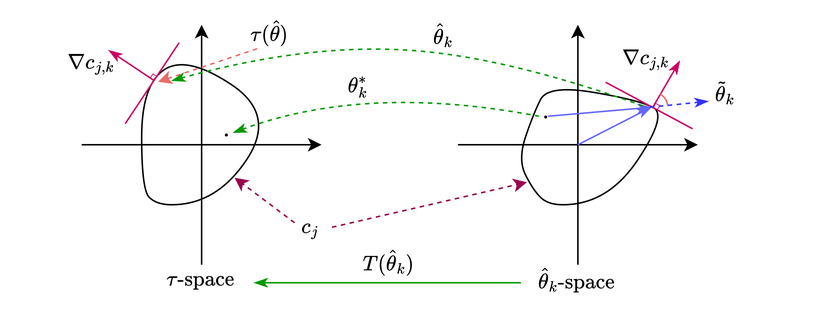
DDingR/CoNAC keeps this draw.io diagram as figures/spaces.drawio.png. Above is the earlier version. Source tidied: cells renumbered, new cells last; positions are measured from the earlier drawing's top-left corner, leaving out a move shared by most shapes. Source of this version:
```xml
<mxGraphModel math="1">
  <root>
    <mxCell id="0" />
    <mxCell id="1" parent="0" />
    <mxCell id="2" style="endArrow=classic;html=1;rounded=0;" parent="1" edge="1">
      <mxGeometry relative="1" as="geometry">
        <mxPoint x="54" y="90" as="sourcePoint" />
        <mxPoint x="214" y="90" as="targetPoint" />
      </mxGeometry>
    </mxCell>
    <mxCell id="3" style="endArrow=classic;html=1;rounded=0;" parent="1" edge="1">
      <mxGeometry relative="1" as="geometry">
        <mxPoint x="134" y="170" as="sourcePoint" />
        <mxPoint x="134" y="10" as="targetPoint" />
      </mxGeometry>
    </mxCell>
    <mxCell id="4" style="endArrow=classic;html=1;rounded=0;" parent="1" edge="1">
      <mxGeometry relative="1" as="geometry">
        <mxPoint x="305" y="90" as="sourcePoint" />
        <mxPoint x="465" y="90" as="targetPoint" />
      </mxGeometry>
    </mxCell>
    <mxCell id="5" style="endArrow=classic;html=1;rounded=0;" parent="1" edge="1">
      <mxGeometry relative="1" as="geometry">
        <mxPoint x="385" y="170" as="sourcePoint" />
        <mxPoint x="385" y="10" as="targetPoint" />
      </mxGeometry>
    </mxCell>
    <mxCell id="6" value="lines" parent="0" />
    <mxCell id="7" style="curved=1;endArrow=none;html=1;rounded=0;endFill=0;" parent="6" edge="1">
      <mxGeometry relative="1" as="geometry">
        <mxPoint x="114" y="130" as="sourcePoint" />
        <mxPoint x="114" y="130" as="targetPoint" />
        <Array as="points">
          <mxPoint x="144" y="130" />
          <mxPoint x="184" y="70" />
          <mxPoint x="124" y="30" />
          <mxPoint x="94" y="50" />
          <mxPoint x="94" y="120" />
          <mxPoint x="104" y="130" />
        </Array>
      </mxGeometry>
    </mxCell>
    <mxCell id="8" style="curved=1;endArrow=none;html=1;rounded=0;endFill=0;" parent="6" edge="1">
      <mxGeometry relative="1" as="geometry">
        <mxPoint x="375" y="130" as="sourcePoint" />
        <mxPoint x="375" y="130" as="targetPoint" />
        <Array as="points">
          <mxPoint x="405" y="130" />
          <mxPoint x="445" y="70" />
          <mxPoint x="425" y="60" />
          <mxPoint x="365" y="50" />
          <mxPoint x="355" y="70" />
          <mxPoint x="345" y="100" />
          <mxPoint x="355" y="120" />
          <mxPoint x="365" y="130" />
        </Array>
      </mxGeometry>
    </mxCell>
    <mxCell id="9" style="endArrow=classicThin;html=1;rounded=0;strokeWidth=1;endFill=1;strokeColor=#CC0066;fillColor=#e3c800;" parent="6" edge="1">
      <mxGeometry relative="1" as="geometry">
        <mxPoint x="102" y="47" as="sourcePoint" />
        <mxPoint x="72" y="27" as="targetPoint" />
      </mxGeometry>
    </mxCell>
    <mxCell id="10" style="endArrow=none;html=1;rounded=0;strokeWidth=1;fillColor=#e3c800;strokeColor=#CC0066;" parent="6" edge="1">
      <mxGeometry relative="1" as="geometry">
        <mxPoint x="83" y="76" as="sourcePoint" />
        <mxPoint x="119" y="22" as="targetPoint" />
      </mxGeometry>
    </mxCell>
    <mxCell id="11" style="rounded=0;whiteSpace=wrap;html=1;rotation=-56.4;strokeWidth=0.5;fillColor=none;strokeColor=#CC0066;" parent="6" vertex="1">
      <mxGeometry x="100.5" y="43.4" width="3" height="3" as="geometry" />
    </mxCell>
    <mxCell id="12" style="endArrow=classicThin;html=1;rounded=0;strokeWidth=1;endFill=1;strokeColor=#CC0066;fillColor=#e3c800;" parent="6" edge="1">
      <mxGeometry relative="1" as="geometry">
        <mxPoint x="435" y="65" as="sourcePoint" />
        <mxPoint x="453" y="34" as="targetPoint" />
      </mxGeometry>
    </mxCell>
    <mxCell id="13" style="endArrow=none;html=1;rounded=0;strokeWidth=1;fillColor=#e3c800;strokeColor=#CC0066;" parent="6" edge="1">
      <mxGeometry relative="1" as="geometry">
        <mxPoint x="403.5" y="48.4" as="sourcePoint" />
        <mxPoint x="461.5" y="79.4" as="targetPoint" />
      </mxGeometry>
    </mxCell>
    <mxCell id="14" style="rounded=0;whiteSpace=wrap;html=1;rotation=28.6;strokeWidth=0.5;fillColor=none;strokeColor=#CC0066;" parent="6" vertex="1">
      <mxGeometry x="436" y="63" width="3" height="3" as="geometry" />
    </mxCell>
    <mxCell id="15" style="endArrow=classicThin;html=1;rounded=0;strokeWidth=1;endFill=1;strokeColor=#6666FF;" parent="6" edge="1">
      <mxGeometry relative="1" as="geometry">
        <mxPoint x="385" y="90" as="sourcePoint" />
        <mxPoint x="434" y="65" as="targetPoint" />
      </mxGeometry>
    </mxCell>
    <mxCell id="16" style="ellipse;whiteSpace=wrap;html=1;fillColor=#000000;" parent="6" vertex="1">
      <mxGeometry x="363" y="71" width="1" height="1" as="geometry" />
    </mxCell>
    <mxCell id="17" style="endArrow=classicThin;html=1;rounded=0;strokeWidth=1;endFill=1;strokeColor=#6666FF;" parent="6" edge="1">
      <mxGeometry relative="1" as="geometry">
        <mxPoint x="365" y="71" as="sourcePoint" />
        <mxPoint x="434" y="65" as="targetPoint" />
      </mxGeometry>
    </mxCell>
    <mxCell id="18" style="verticalLabelPosition=bottom;verticalAlign=top;html=1;shape=mxgraph.basic.arc;startAngle=0.07883123079474429;endAngle=0.23199146196417433;strokeColor=#EA6B66;" parent="6" vertex="1">
      <mxGeometry x="425" y="55" width="20" height="20" as="geometry" />
    </mxCell>
    <mxCell id="19" style="endArrow=classic;html=1;rounded=0;dashed=1;strokeColor=#EA6B66;" parent="6" edge="1">
      <mxGeometry relative="1" as="geometry">
        <mxPoint x="171" y="26" as="sourcePoint" />
        <mxPoint x="105" y="48" as="targetPoint" />
      </mxGeometry>
    </mxCell>
    <mxCell id="20" style="endArrow=classicThin;dashed=1;html=1;rounded=0;endFill=1;strokeColor=#3333FF;" parent="6" edge="1">
      <mxGeometry relative="1" as="geometry">
        <mxPoint x="433" y="65" as="sourcePoint" />
        <mxPoint x="472" y="61" as="targetPoint" />
      </mxGeometry>
    </mxCell>
    <mxCell id="21" style="endArrow=classic;html=1;rounded=0;dashed=1;strokeColor=#99004D;" parent="6" edge="1">
      <mxGeometry relative="1" as="geometry">
        <mxPoint x="196" y="142" as="sourcePoint" />
        <mxPoint x="156" y="112" as="targetPoint" />
      </mxGeometry>
    </mxCell>
    <mxCell id="22" style="endArrow=classic;html=1;rounded=0;dashed=1;strokeColor=#99004D;" parent="6" edge="1">
      <mxGeometry relative="1" as="geometry">
        <mxPoint x="221" y="145" as="sourcePoint" />
        <mxPoint x="351" y="115" as="targetPoint" />
      </mxGeometry>
    </mxCell>
    <mxCell id="23" style="ellipse;whiteSpace=wrap;html=1;fillColor=#000000;" parent="6" vertex="1">
      <mxGeometry x="150" y="83" width="1" height="1" as="geometry" />
    </mxCell>
    <mxCell id="24" style="curved=1;endArrow=none;html=1;rounded=0;strokeColor=#009900;dashed=1;startArrow=classicThin;startFill=1;endFill=0;" parent="6" edge="1">
      <mxGeometry relative="1" as="geometry">
        <mxPoint x="155" y="82" as="sourcePoint" />
        <mxPoint x="359" y="71" as="targetPoint" />
        <Array as="points">
          <mxPoint x="244" y="49" />
        </Array>
      </mxGeometry>
    </mxCell>
    <mxCell id="25" style="curved=1;endArrow=none;html=1;rounded=0;strokeColor=#009900;dashed=1;startArrow=classicThin;startFill=1;endFill=0;" parent="6" edge="1">
      <mxGeometry relative="1" as="geometry">
        <mxPoint x="114" y="47.4" as="sourcePoint" />
        <mxPoint x="431" y="65" as="targetPoint" />
        <Array as="points">
          <mxPoint x="200" y="23.4" />
          <mxPoint x="334" y="30" />
        </Array>
      </mxGeometry>
    </mxCell>
    <mxCell id="26" style="endArrow=none;html=1;rounded=0;strokeColor=#009900;startArrow=classicThin;startFill=1;endFill=0;" parent="6" edge="1">
      <mxGeometry relative="1" as="geometry">
        <mxPoint x="169" y="182" as="sourcePoint" />
        <mxPoint x="347" y="182" as="targetPoint" />
      </mxGeometry>
    </mxCell>
    <mxCell id="27" value="space" parent="0" />
    <mxCell id="28" value="$$\tau\text{-space}$$" style="text;html=1;align=center;verticalAlign=middle;strokeColor=none;fillColor=none;" parent="27" vertex="1">
      <mxGeometry x="63" y="165" width="140" height="30" as="geometry" />
    </mxCell>
    <mxCell id="29" value="$$\hat\theta_k\text{-space}$$" style="text;html=1;align=center;verticalAlign=middle;strokeColor=none;fillColor=none;" parent="27" vertex="1">
      <mxGeometry x="294" y="165" width="180" height="30" as="geometry" />
    </mxCell>
    <mxCell id="30" value="math" parent="0" />
    <mxCell id="31" value="$$\nabla c_{j,k}$$" style="text;html=1;align=center;verticalAlign=middle;strokeColor=none;fillColor=none;" parent="30" vertex="1">
      <mxGeometry y="21" width="120" height="30" as="geometry" />
    </mxCell>
    <mxCell id="32" value="$$\nabla c_{j,k}$$" style="text;html=1;align=center;verticalAlign=middle;strokeColor=none;fillColor=none;" parent="30" vertex="1">
      <mxGeometry x="370" y="18" width="120" height="30" as="geometry" />
    </mxCell>
    <mxCell id="33" value="$$\tilde\theta_k$$" style="text;html=1;align=center;verticalAlign=middle;strokeColor=none;fillColor=none;" parent="30" vertex="1">
      <mxGeometry x="423" y="40" width="120" height="30" as="geometry" />
    </mxCell>
    <mxCell id="34" value="$$\hat\theta_k$$" style="text;html=1;align=center;verticalAlign=middle;strokeColor=none;fillColor=none;" parent="30" vertex="1">
      <mxGeometry x="240" y="2" width="110" height="30" as="geometry" />
    </mxCell>
    <mxCell id="35" value="$$\tau(\hat\theta)$$" style="text;html=1;align=center;verticalAlign=middle;strokeColor=none;fillColor=none;" parent="30" vertex="1">
      <mxGeometry x="114" width="130" height="30" as="geometry" />
    </mxCell>
    <mxCell id="36" value="$$T(\hat\theta_k)$$" style="text;html=1;align=center;verticalAlign=middle;strokeColor=none;fillColor=none;" parent="30" vertex="1">
      <mxGeometry x="194" y="153" width="130" height="30" as="geometry" />
    </mxCell>
    <mxCell id="37" value="$$\theta^*_k$$" style="text;html=1;align=center;verticalAlign=middle;strokeColor=none;fillColor=none;" parent="30" vertex="1">
      <mxGeometry x="188" y="36" width="100" height="30" as="geometry" />
    </mxCell>
    <mxCell id="38" value="$$c_j$$" style="text;html=1;align=center;verticalAlign=middle;strokeColor=none;fillColor=none;" parent="30" vertex="1">
      <mxGeometry x="171" y="130" width="70" height="30" as="geometry" />
    </mxCell>
  </root>
</mxGraphModel>
```
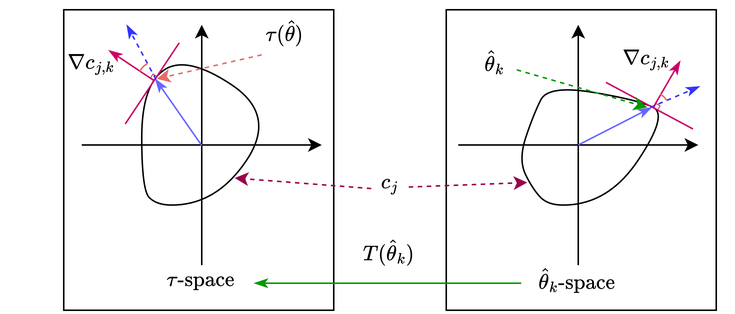
The same file after the commit.

Diff of the diagram source:
```diff
@@ -26,6 +26,12 @@
         <mxPoint x="385" y="10" as="targetPoint" />
       </mxGeometry>
     </mxCell>
+    <mxCell id="39" style="rounded=0;whiteSpace=wrap;html=1;fillColor=none;" parent="1" vertex="1">
+      <mxGeometry x="42" width="180" height="200" as="geometry" />
+    </mxCell>
+    <mxCell id="40" style="rounded=0;whiteSpace=wrap;html=1;fillColor=none;" parent="1" vertex="1">
+      <mxGeometry x="297" width="180" height="200" as="geometry" />
+    </mxCell>
     <mxCell id="6" value="lines" parent="0" />
     <mxCell id="7" style="curved=1;endArrow=none;html=1;rounded=0;endFill=0;" parent="6" edge="1">
       <mxGeometry relative="1" as="geometry">
@@ -93,70 +99,60 @@
         <mxPoint x="434" y="65" as="targetPoint" />
       </mxGeometry>
     </mxCell>
-    <mxCell id="16" style="ellipse;whiteSpace=wrap;html=1;fillColor=#000000;" parent="6" vertex="1">
-      <mxGeometry x="363" y="71" width="1" height="1" as="geometry" />
-    </mxCell>
-    <mxCell id="17" style="endArrow=classicThin;html=1;rounded=0;strokeWidth=1;endFill=1;strokeColor=#6666FF;" parent="6" edge="1">
-      <mxGeometry relative="1" as="geometry">
-        <mxPoint x="365" y="71" as="sourcePoint" />
-        <mxPoint x="434" y="65" as="targetPoint" />
-      </mxGeometry>
-    </mxCell>
-    <mxCell id="18" style="verticalLabelPosition=bottom;verticalAlign=top;html=1;shape=mxgraph.basic.arc;startAngle=0.07883123079474429;endAngle=0.23199146196417433;strokeColor=#EA6B66;" parent="6" vertex="1">
+    <mxCell id="18" style="verticalLabelPosition=bottom;verticalAlign=top;html=1;shape=mxgraph.basic.arc;startAngle=0.07883123079474429;endAngle=0.17116876920525576;strokeColor=#EA6B66;" parent="6" vertex="1">
       <mxGeometry x="425" y="55" width="20" height="20" as="geometry" />
     </mxCell>
     <mxCell id="19" style="endArrow=classic;html=1;rounded=0;dashed=1;strokeColor=#EA6B66;" parent="6" edge="1">
       <mxGeometry relative="1" as="geometry">
-        <mxPoint x="171" y="26" as="sourcePoint" />
-        <mxPoint x="105" y="48" as="targetPoint" />
+        <mxPoint x="174" y="30" as="sourcePoint" />
+        <mxPoint x="104" y="46" as="targetPoint" />
       </mxGeometry>
     </mxCell>
     <mxCell id="20" style="endArrow=classicThin;dashed=1;html=1;rounded=0;endFill=1;strokeColor=#3333FF;" parent="6" edge="1">
       <mxGeometry relative="1" as="geometry">
         <mxPoint x="433" y="65" as="sourcePoint" />
-        <mxPoint x="472" y="61" as="targetPoint" />
+        <mxPoint x="466" y="51" as="targetPoint" />
       </mxGeometry>
     </mxCell>
     <mxCell id="21" style="endArrow=classic;html=1;rounded=0;dashed=1;strokeColor=#99004D;" parent="6" edge="1">
       <mxGeometry relative="1" as="geometry">
-        <mxPoint x="196" y="142" as="sourcePoint" />
+        <mxPoint x="247" y="119" as="sourcePoint" />
         <mxPoint x="156" y="112" as="targetPoint" />
       </mxGeometry>
     </mxCell>
     <mxCell id="22" style="endArrow=classic;html=1;rounded=0;dashed=1;strokeColor=#99004D;" parent="6" edge="1">
       <mxGeometry relative="1" as="geometry">
-        <mxPoint x="221" y="145" as="sourcePoint" />
+        <mxPoint x="272" y="118" as="sourcePoint" />
         <mxPoint x="351" y="115" as="targetPoint" />
       </mxGeometry>
     </mxCell>
-    <mxCell id="23" style="ellipse;whiteSpace=wrap;html=1;fillColor=#000000;" parent="6" vertex="1">
-      <mxGeometry x="150" y="83" width="1" height="1" as="geometry" />
-    </mxCell>
-    <mxCell id="24" style="curved=1;endArrow=none;html=1;rounded=0;strokeColor=#009900;dashed=1;startArrow=classicThin;startFill=1;endFill=0;" parent="6" edge="1">
-      <mxGeometry relative="1" as="geometry">
-        <mxPoint x="155" y="82" as="sourcePoint" />
-        <mxPoint x="359" y="71" as="targetPoint" />
-        <Array as="points">
-          <mxPoint x="244" y="49" />
-        </Array>
-      </mxGeometry>
-    </mxCell>
-    <mxCell id="25" style="curved=1;endArrow=none;html=1;rounded=0;strokeColor=#009900;dashed=1;startArrow=classicThin;startFill=1;endFill=0;" parent="6" edge="1">
-      <mxGeometry relative="1" as="geometry">
-        <mxPoint x="114" y="47.4" as="sourcePoint" />
-        <mxPoint x="431" y="65" as="targetPoint" />
-        <Array as="points">
-          <mxPoint x="200" y="23.4" />
-          <mxPoint x="334" y="30" />
-        </Array>
-      </mxGeometry>
-    </mxCell>
     <mxCell id="26" style="endArrow=none;html=1;rounded=0;strokeColor=#009900;startArrow=classicThin;startFill=1;endFill=0;" parent="6" edge="1">
       <mxGeometry relative="1" as="geometry">
         <mxPoint x="169" y="182" as="sourcePoint" />
         <mxPoint x="347" y="182" as="targetPoint" />
       </mxGeometry>
     </mxCell>
+    <mxCell id="41" style="endArrow=classic;html=1;rounded=0;dashed=1;strokeColor=#009900;" parent="6" edge="1">
+      <mxGeometry relative="1" as="geometry">
+        <mxPoint x="344" y="40" as="sourcePoint" />
+        <mxPoint x="431" y="65" as="targetPoint" />
+      </mxGeometry>
+    </mxCell>
+    <mxCell id="42" style="endArrow=classicThin;html=1;rounded=0;strokeWidth=1;endFill=1;strokeColor=#6666FF;" parent="6" edge="1">
+      <mxGeometry relative="1" as="geometry">
+        <mxPoint x="134" y="90.4" as="sourcePoint" />
+        <mxPoint x="103" y="46" as="targetPoint" />
+      </mxGeometry>
+    </mxCell>
+    <mxCell id="43" style="endArrow=classicThin;dashed=1;html=1;rounded=0;endFill=1;strokeColor=#3333FF;" parent="6" edge="1">
+      <mxGeometry relative="1" as="geometry">
+        <mxPoint x="103.5" y="46.4" as="sourcePoint" />
+        <mxPoint x="84" y="10" as="targetPoint" />
+      </mxGeometry>
+    </mxCell>
+    <mxCell id="44" style="verticalLabelPosition=bottom;verticalAlign=top;html=1;shape=mxgraph.basic.arc;startAngle=0.8146325133612693;endAngle=0.927768483765246;strokeColor=#EA6B66;" parent="6" vertex="1">
+      <mxGeometry x="92" y="35" width="20" height="20" as="geometry" />
+    </mxCell>
     <mxCell id="27" value="space" parent="0" />
     <mxCell id="28" value="$$\tau\text{-space}$$" style="text;html=1;align=center;verticalAlign=middle;strokeColor=none;fillColor=none;" parent="27" vertex="1">
       <mxGeometry x="63" y="165" width="140" height="30" as="geometry" />
@@ -171,23 +167,17 @@
     <mxCell id="32" value="$$\nabla c_{j,k}$$" style="text;html=1;align=center;verticalAlign=middle;strokeColor=none;fillColor=none;" parent="30" vertex="1">
       <mxGeometry x="370" y="18" width="120" height="30" as="geometry" />
     </mxCell>
-    <mxCell id="33" value="$$\tilde\theta_k$$" style="text;html=1;align=center;verticalAlign=middle;strokeColor=none;fillColor=none;" parent="30" vertex="1">
-      <mxGeometry x="423" y="40" width="120" height="30" as="geometry" />
-    </mxCell>
     <mxCell id="34" value="$$\hat\theta_k$$" style="text;html=1;align=center;verticalAlign=middle;strokeColor=none;fillColor=none;" parent="30" vertex="1">
-      <mxGeometry x="240" y="2" width="110" height="30" as="geometry" />
+      <mxGeometry x="274" y="20" width="110" height="30" as="geometry" />
     </mxCell>
     <mxCell id="35" value="$$\tau(\hat\theta)$$" style="text;html=1;align=center;verticalAlign=middle;strokeColor=none;fillColor=none;" parent="30" vertex="1">
-      <mxGeometry x="114" width="130" height="30" as="geometry" />
+      <mxGeometry x="124" width="130" height="30" as="geometry" />
     </mxCell>
     <mxCell id="36" value="$$T(\hat\theta_k)$$" style="text;html=1;align=center;verticalAlign=middle;strokeColor=none;fillColor=none;" parent="30" vertex="1">
-      <mxGeometry x="194" y="153" width="130" height="30" as="geometry" />
+      <mxGeometry x="194" y="146" width="130" height="30" as="geometry" />
     </mxCell>
-    <mxCell id="37" value="$$\theta^*_k$$" style="text;html=1;align=center;verticalAlign=middle;strokeColor=none;fillColor=none;" parent="30" vertex="1">
-      <mxGeometry x="188" y="36" width="100" height="30" as="geometry" />
-    </mxCell>
     <mxCell id="38" value="$$c_j$$" style="text;html=1;align=center;verticalAlign=middle;strokeColor=none;fillColor=none;" parent="30" vertex="1">
-      <mxGeometry x="171" y="130" width="70" height="30" as="geometry" />
+      <mxGeometry x="224" y="100" width="70" height="30" as="geometry" />
     </mxCell>
   </root>
 </mxGraphModel>
```
